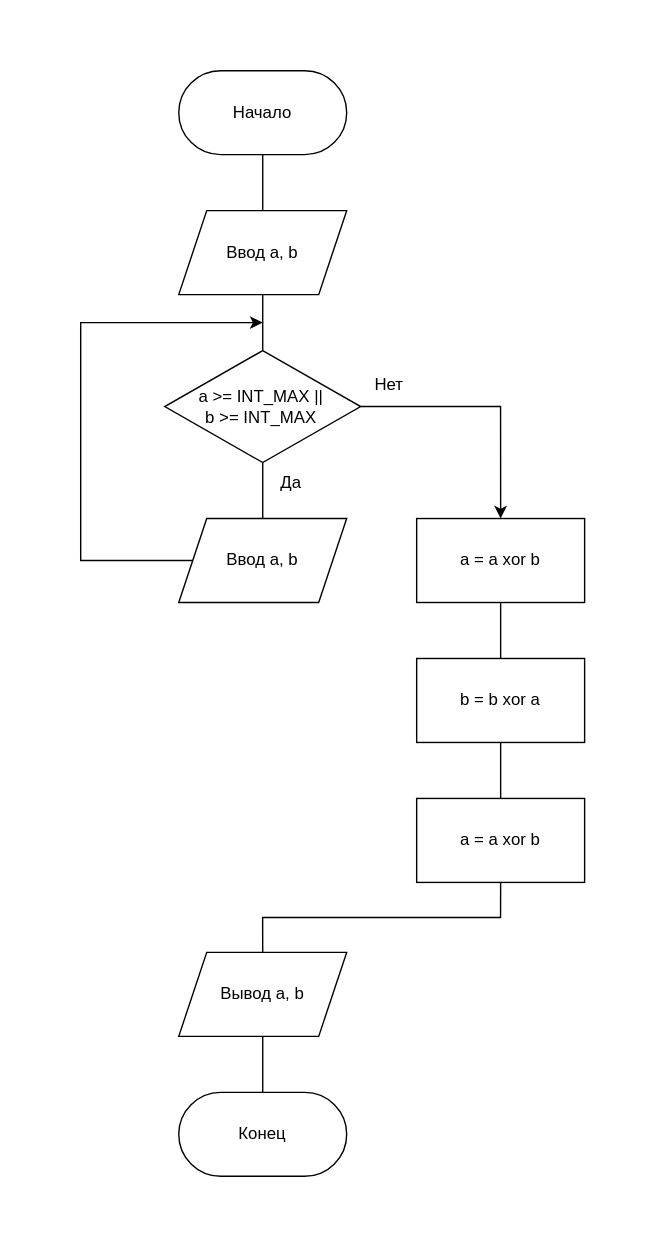
This is lab1/ex9.svg from anterg0/bsuir, a draw.io export, as it was before one commit. Source tidied: cells renumbered, new cells last; positions are measured from the earlier drawing's top-left corner, leaving out a move shared by most shapes. Its diagram source:
```xml
<mxGraphModel>
  <root>
    <mxCell id="0" />
    <mxCell id="1" parent="0" />
    <mxCell id="2" style="edgeStyle=orthogonalEdgeStyle;rounded=0;jettySize=auto;html=1;exitX=0.5;exitY=1;exitDx=0;exitDy=0;entryX=0.5;entryY=0;entryDx=0;entryDy=0;endArrow=none;endFill=0;" parent="1" edge="1" source="3" target="5">
      <mxGeometry relative="1" as="geometry" />
    </mxCell>
    <mxCell id="3" value="Начало" style="rounded=1;whiteSpace=wrap;html=1;arcSize=50;" parent="1" vertex="1">
      <mxGeometry x="70" width="120" height="60" as="geometry" />
    </mxCell>
    <mxCell id="4" style="edgeStyle=orthogonalEdgeStyle;rounded=0;jettySize=auto;html=1;exitX=0.5;exitY=1;exitDx=0;exitDy=0;entryX=0.5;entryY=0;entryDx=0;entryDy=0;endArrow=none;endFill=0;" parent="1" edge="1" source="5" target="8">
      <mxGeometry relative="1" as="geometry" />
    </mxCell>
    <mxCell id="5" value="Ввод a, b" style="shape=parallelogram;perimeter=parallelogramPerimeter;whiteSpace=wrap;html=1;fixedSize=1;" parent="1" vertex="1">
      <mxGeometry x="70" y="100" width="120" height="60" as="geometry" />
    </mxCell>
    <mxCell id="6" style="edgeStyle=orthogonalEdgeStyle;rounded=0;jettySize=auto;html=1;exitX=0.5;exitY=1;exitDx=0;exitDy=0;entryX=0.5;entryY=0;entryDx=0;entryDy=0;endArrow=none;endFill=0;" parent="1" edge="1" source="8" target="10">
      <mxGeometry relative="1" as="geometry" />
    </mxCell>
    <mxCell id="7" style="edgeStyle=orthogonalEdgeStyle;rounded=0;jettySize=auto;html=1;exitX=1;exitY=0.5;exitDx=0;exitDy=0;entryX=0.5;entryY=0;entryDx=0;entryDy=0;endArrow=classic;endFill=1;" parent="1" edge="1" source="8" target="13">
      <mxGeometry relative="1" as="geometry" />
    </mxCell>
    <mxCell id="8" value="a &amp;gt;= INT_MAX || b &amp;gt;= INT_MAX" style="rhombus;whiteSpace=wrap;html=1;spacingRight=21;spacingLeft=19;" parent="1" vertex="1">
      <mxGeometry x="60" y="200" width="140" height="80" as="geometry" />
    </mxCell>
    <mxCell id="9" style="edgeStyle=orthogonalEdgeStyle;rounded=0;jettySize=auto;html=1;exitX=0;exitY=0.5;exitDx=0;exitDy=0;endArrow=classic;endFill=1;" parent="1" edge="1" source="10">
      <mxGeometry relative="1" as="geometry">
        <mxPoint x="130" y="180" as="targetPoint" />
        <Array as="points">
          <mxPoint y="350" />
          <mxPoint y="180" />
          <mxPoint x="130" y="180" />
        </Array>
      </mxGeometry>
    </mxCell>
    <mxCell id="10" value="Ввод а, b" style="shape=parallelogram;perimeter=parallelogramPerimeter;whiteSpace=wrap;html=1;fixedSize=1;" parent="1" vertex="1">
      <mxGeometry x="70" y="320" width="120" height="60" as="geometry" />
    </mxCell>
    <mxCell id="11" value="Да" style="text;html=1;align=center;verticalAlign=middle;strokeColor=none;fillColor=none;" parent="1" vertex="1">
      <mxGeometry x="130" y="280" width="40" height="30" as="geometry" />
    </mxCell>
    <mxCell id="12" style="edgeStyle=orthogonalEdgeStyle;rounded=0;jettySize=auto;html=1;endArrow=none;endFill=0;" parent="1" edge="1" source="13" target="15">
      <mxGeometry relative="1" as="geometry" />
    </mxCell>
    <mxCell id="13" value="a = a xor b" style="rounded=0;whiteSpace=wrap;html=1;" parent="1" vertex="1">
      <mxGeometry x="240" y="320" width="120" height="60" as="geometry" />
    </mxCell>
    <mxCell id="14" style="edgeStyle=orthogonalEdgeStyle;rounded=0;jettySize=auto;html=1;endArrow=none;endFill=0;" parent="1" edge="1" source="15" target="17">
      <mxGeometry relative="1" as="geometry" />
    </mxCell>
    <mxCell id="15" value="b = b xor a" style="rounded=0;whiteSpace=wrap;html=1;" parent="1" vertex="1">
      <mxGeometry x="240" y="420" width="120" height="60" as="geometry" />
    </mxCell>
    <mxCell id="16" style="edgeStyle=orthogonalEdgeStyle;rounded=0;jettySize=auto;html=1;exitX=0.5;exitY=1;exitDx=0;exitDy=0;entryX=0.5;entryY=0;entryDx=0;entryDy=0;endArrow=none;endFill=0;" parent="1" edge="1" source="17" target="21">
      <mxGeometry relative="1" as="geometry" />
    </mxCell>
    <mxCell id="17" value="a = a xor b" style="rounded=0;whiteSpace=wrap;html=1;" parent="1" vertex="1">
      <mxGeometry x="240" y="520" width="120" height="60" as="geometry" />
    </mxCell>
    <mxCell id="18" value="Нет" style="text;html=1;align=center;verticalAlign=middle;strokeColor=none;fillColor=none;" parent="1" vertex="1">
      <mxGeometry x="200" y="210" width="40" height="30" as="geometry" />
    </mxCell>
    <mxCell id="19" value="Конец" style="rounded=1;whiteSpace=wrap;html=1;arcSize=50;" parent="1" vertex="1">
      <mxGeometry x="70" y="730" width="120" height="60" as="geometry" />
    </mxCell>
    <mxCell id="20" style="edgeStyle=orthogonalEdgeStyle;rounded=0;jettySize=auto;html=1;exitX=0.5;exitY=1;exitDx=0;exitDy=0;entryX=0.5;entryY=0;entryDx=0;entryDy=0;endArrow=none;endFill=0;" parent="1" edge="1" source="21" target="19">
      <mxGeometry relative="1" as="geometry" />
    </mxCell>
    <mxCell id="21" value="Вывод a, b" style="shape=parallelogram;perimeter=parallelogramPerimeter;whiteSpace=wrap;html=1;fixedSize=1;" parent="1" vertex="1">
      <mxGeometry x="70" y="630" width="120" height="60" as="geometry" />
    </mxCell>
  </root>
</mxGraphModel>
```
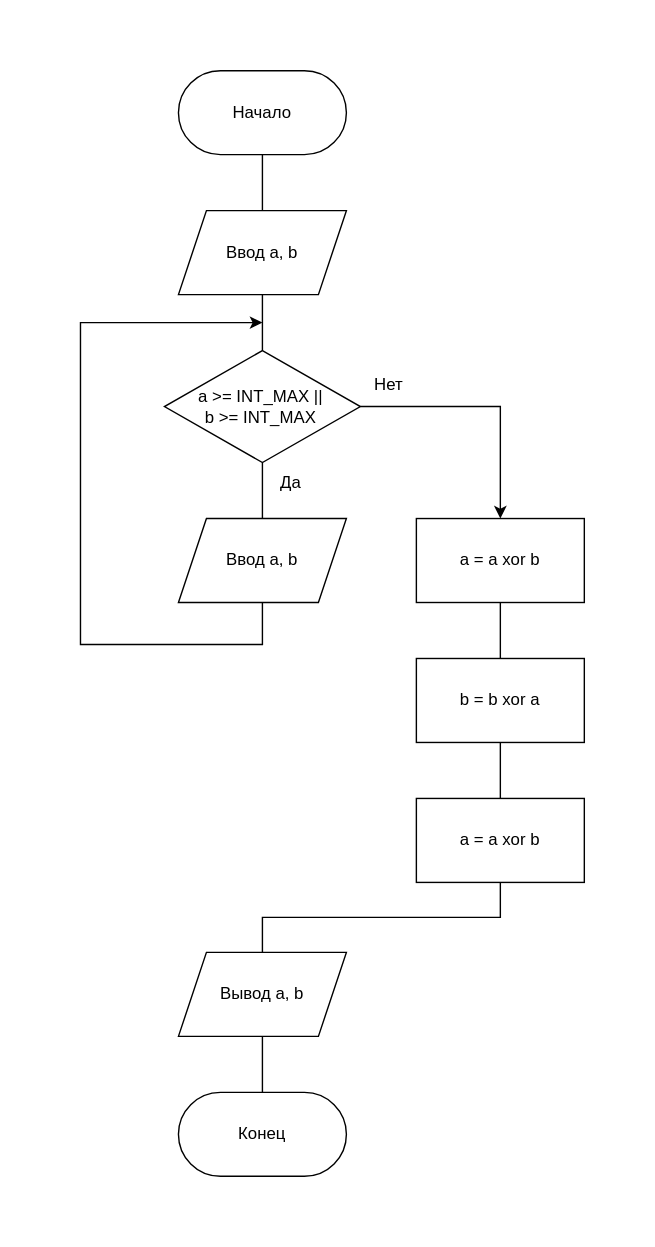
Above is the later version.

Commit message:
Исправил блок-схему.

Change to the diagram source:
```diff
@@ -23,16 +23,16 @@
     <mxCell id="8" value="a &amp;gt;= INT_MAX || b &amp;gt;= INT_MAX" style="rhombus;whiteSpace=wrap;html=1;spacingRight=21;spacingLeft=19;" parent="1" vertex="1">
       <mxGeometry x="60" y="200" width="140" height="80" as="geometry" />
     </mxCell>
-    <mxCell id="9" style="edgeStyle=orthogonalEdgeStyle;rounded=0;jettySize=auto;html=1;exitX=0;exitY=0.5;exitDx=0;exitDy=0;endArrow=classic;endFill=1;" parent="1" edge="1" source="10">
-      <mxGeometry relative="1" as="geometry">
-        <mxPoint x="130" y="180" as="targetPoint" />
-        <Array as="points">
-          <mxPoint y="350" />
-          <mxPoint y="180" />
-          <mxPoint x="130" y="180" />
-        </Array>
-      </mxGeometry>
-    </mxCell>
+    <mxCell id="22" style="edgeStyle=orthogonalEdgeStyle;rounded=0;jettySize=auto;html=1;exitX=0.5;exitY=1;exitDx=0;exitDy=0;" parent="1" edge="1" source="10">
+      <mxGeometry relative="1" as="geometry">
+        <mxPoint x="130" y="180" as="targetPoint" />
+        <Array as="points">
+          <mxPoint x="130" y="410" />
+          <mxPoint y="410" />
+          <mxPoint y="180" />
+        </Array>
+      </mxGeometry>
+    </mxCell>
     <mxCell id="10" value="Ввод а, b" style="shape=parallelogram;perimeter=parallelogramPerimeter;whiteSpace=wrap;html=1;fixedSize=1;" parent="1" vertex="1">
       <mxGeometry x="70" y="320" width="120" height="60" as="geometry" />
     </mxCell>
```
